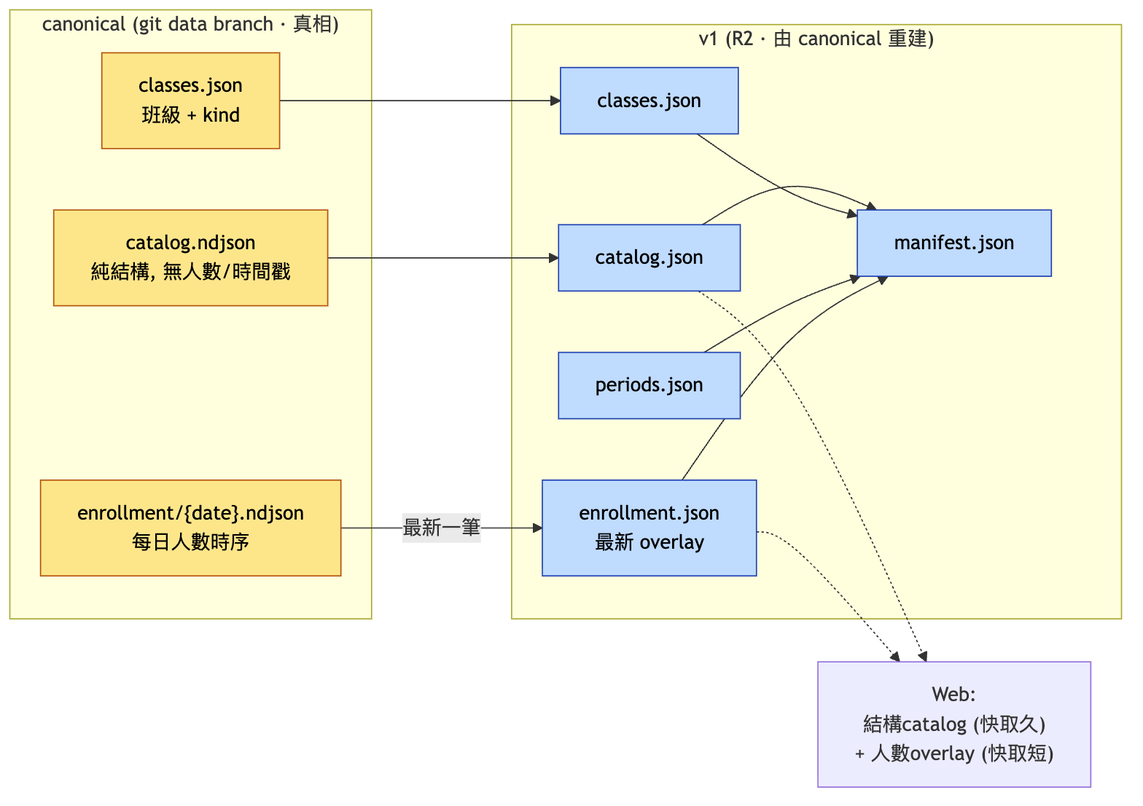
Earlier version of the Mermaid export docs/diagrams/03-datamodel.png (poterpan/ntutbox-course). Its source is kept beside it as docs/diagrams/03-datamodel.mmd.
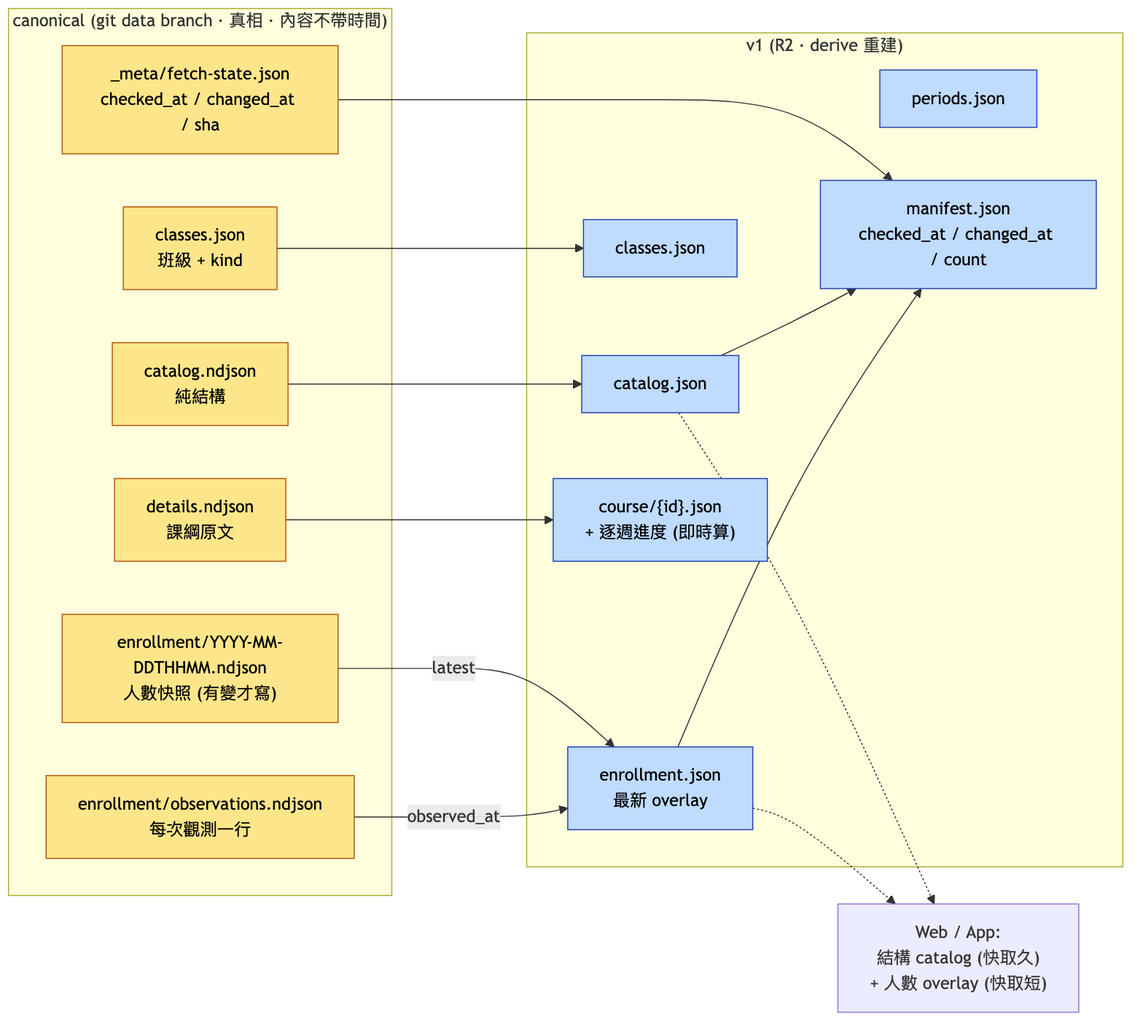
After the commit.

What changed in the source:
```diff
@@ -1,31 +1,36 @@
 flowchart LR
-    subgraph C["canonical (git data branch · 真相)"]
-        cat["catalog.ndjson<br/>純結構, 無人數/時間戳"]
+    subgraph C["canonical (git data branch · 真相 · 內容不帶時間)"]
+        cat["catalog.ndjson<br/>純結構"]
         cls["classes.json<br/>班級 + kind"]
-        snap["enrollment/{date}.ndjson<br/>每日人數時序"]
+        snap["enrollment/YYYY-MM-DDTHHMM.ndjson<br/>人數快照 (有變才寫)"]
+        obs["enrollment/observations.ndjson<br/>每次觀測一行"]
+        det["details.ndjson<br/>課綱原文"]
+        fs["_meta/fetch-state.json<br/>checked_at / changed_at / sha"]
     end
 
-    subgraph V["v1 (R2 · 由 canonical 重建)"]
+    subgraph V["v1 (R2 · derive 重建)"]
         vcat["catalog.json"]
         vcls["classes.json"]
         vper["periods.json"]
         venr["enrollment.json<br/>最新 overlay"]
-        man["manifest.json"]
+        vcourse["course/{id}.json<br/>+ 逐週進度 (即時算)"]
+        man["manifest.json<br/>checked_at / changed_at / count"]
     end
 
-    web["Web:<br/>結構catalog (快取久)<br/>+ 人數overlay (快取短)"]
+    web["Web / App:<br/>結構 catalog (快取久)<br/>+ 人數 overlay (快取短)"]
 
     cat --> vcat
     cls --> vcls
-    snap -->|最新一筆| venr
+    snap -->|latest| venr
+    obs -->|observed_at| venr
+    det --> vcourse
+    fs --> man
     vcat --> man
-    vcls --> man
-    vper --> man
     venr --> man
     vcat -.-> web
     venr -.-> web
 
     classDef canon fill:#fde68a,stroke:#b45309,color:#000
     classDef v1c fill:#bfdbfe,stroke:#1e40af,color:#000
-    class cat,cls,snap canon
-    class vcat,vcls,vper,venr,man v1c
+    class cat,cls,snap,obs,det,fs canon
+    class vcat,vcls,vper,venr,vcourse,man v1c
```
